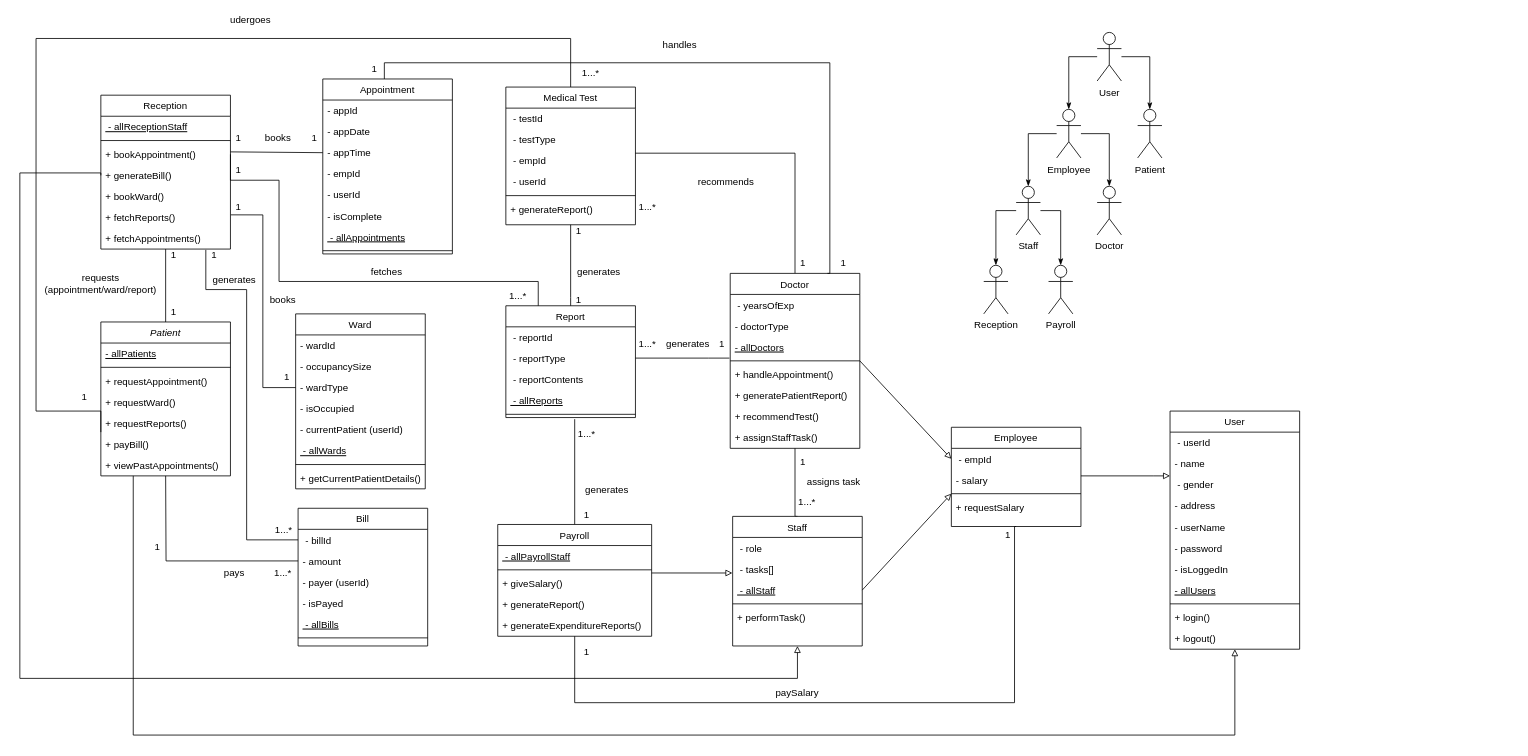
srividya-p/Forcepoint-Training keeps this draw.io diagram as 15-7-22/hospital-app/diagrams/hosp-class.drawio. Above is the earlier version. Source tidied: cells renumbered, new cells numbered last; positions are measured from the earlier drawing's top-left corner, leaving out a move shared by most shapes. Both pictures are drawn from the tidied source at 81%, with x=0, y=0 at pixel (19, 14).
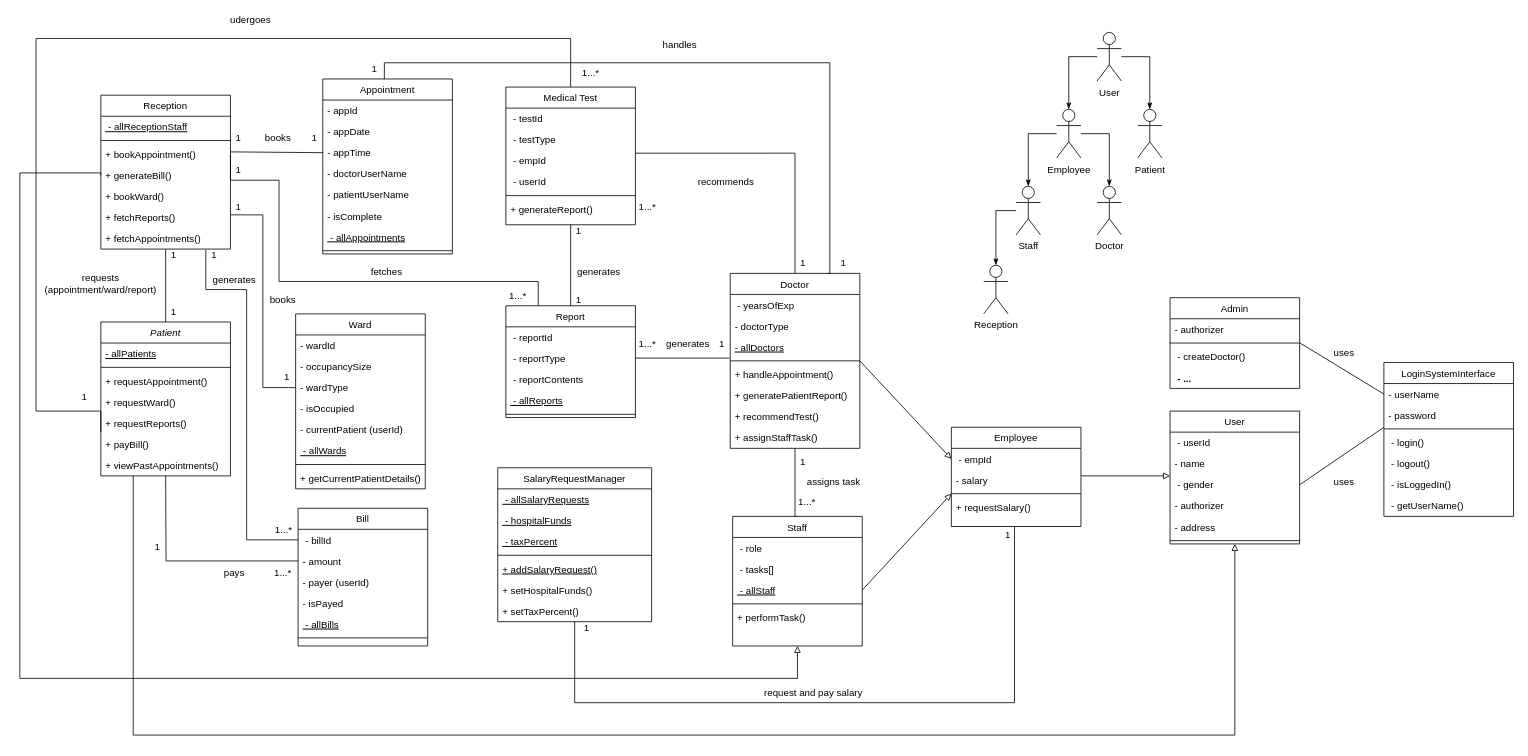
After the change.

The change refers to these unchanged cells:
```xml
<mxCell id="22" value="Employee" style="swimlane;fontStyle=0;align=center;verticalAlign=top;horizontal=1;startSize=26;rounded=0;shadow=0;strokeWidth=1;" parent="1" vertex="1">
  <mxGeometry x="1150" y="510" width="160" height="122.5" as="geometry" />
</mxCell>
<mxCell id="91" value="Appointment" style="swimlane;fontStyle=0;align=center;verticalAlign=top;horizontal=1;startSize=26;rounded=0;shadow=0;strokeWidth=1;" parent="1" vertex="1">
  <mxGeometry x="374" y="80" width="160" height="216" as="geometry" />
</mxCell>
<mxCell id="109" value=" - gender" style="text;align=left;verticalAlign=top;spacingLeft=4;spacingRight=4;overflow=hidden;points=[[0,0.5],[1,0.5]];portConstraint=eastwest;rounded=0;shadow=0;html=0;" parent="106" vertex="1">
  <mxGeometry y="78" width="160" height="26" as="geometry" />
</mxCell>
<mxCell id="162" value="Staff" style="shape=umlActor;verticalLabelPosition=bottom;verticalAlign=top;html=1;outlineConnect=0;fontColor=#000000;" parent="1" vertex="1">
  <mxGeometry x="1230" y="212.5" width="30" height="60" as="geometry" />
</mxCell>
```

Diff of the diagram source:
```diff
@@
-    <mxCell id="26" value="+ requestSalary" style="text;align=left;verticalAlign=top;spacingLeft=4;spacingRight=4;overflow=hidden;" parent="22" vertex="1">
+    <mxCell id="26" value="+ requestSalary()" style="text;align=left;verticalAlign=top;spacingLeft=4;spacingRight=4;overflow=hidden;" parent="22" vertex="1">
       <mxGeometry y="86" width="160" height="26" as="geometry" />
     </mxCell>
-    <mxCell id="27" style="edgeStyle=orthogonalEdgeStyle;rounded=0;jettySize=auto;html=1;endArrow=none;endFill=0;" parent="1" edge="1" source="29">
-      <mxGeometry relative="1" as="geometry">
-        <mxPoint x="685" y="500" as="targetPoint" />
-        <Array as="points">
-          <mxPoint x="685" y="500" />
-          <mxPoint x="685" y="500" />
-        </Array>
-      </mxGeometry>
-    </mxCell>
@@
-    <mxCell id="29" value="Payroll" style="swimlane;fontStyle=0;align=center;verticalAlign=top;horizontal=1;startSize=26;rounded=0;shadow=0;strokeWidth=1;" parent="1" vertex="1">
-      <mxGeometry x="590" y="630" width="190" height="138" as="geometry" />
+    <mxCell id="29" value="SalaryRequestManager" style="swimlane;fontStyle=0;align=center;verticalAlign=top;horizontal=1;startSize=26;rounded=0;shadow=0;strokeWidth=1;" parent="1" vertex="1">
+      <mxGeometry x="590" y="560" width="190" height="190" as="geometry" />
     </mxCell>
-    <mxCell id="30" value=" - allPayrollStaff" style="text;align=left;verticalAlign=top;spacingLeft=4;spacingRight=4;overflow=hidden;fontStyle=4;" parent="29" vertex="1">
+    <mxCell id="30" value=" - allSalaryRequests" style="text;align=left;verticalAlign=top;spacingLeft=4;spacingRight=4;overflow=hidden;fontStyle=4;" parent="29" vertex="1">
       <mxGeometry y="26" width="190" height="26" as="geometry" />
     </mxCell>
+    <mxCell id="169" value=" - hospitalFunds" style="text;align=left;verticalAlign=top;spacingLeft=4;spacingRight=4;overflow=hidden;fontStyle=4;" parent="29" vertex="1">
+      <mxGeometry y="52" width="190" height="26" as="geometry" />
+    </mxCell>
+    <mxCell id="170" value=" - taxPercent" style="text;align=left;verticalAlign=top;spacingLeft=4;spacingRight=4;overflow=hidden;fontStyle=4;" parent="29" vertex="1">
+      <mxGeometry y="78" width="190" height="26" as="geometry" />
+    </mxCell>
     <mxCell id="31" style="line;html=1;strokeWidth=1;align=left;verticalAlign=middle;spacingTop=-1;spacingLeft=3;spacingRight=3;labelPosition=right;" parent="29" vertex="1">
-      <mxGeometry y="52" width="190" height="8" as="geometry" />
+      <mxGeometry y="104" width="190" height="8" as="geometry" />
     </mxCell>
-    <mxCell id="32" value="+ giveSalary()" style="text;align=left;verticalAlign=top;spacingLeft=4;spacingRight=4;overflow=hidden;points=[[0,0.5],[1,0.5]];portConstraint=eastwest;fontStyle=0;" parent="29" vertex="1">
-      <mxGeometry y="60" width="190" height="26" as="geometry" />
+    <mxCell id="32" value="+ addSalaryRequest()" style="text;align=left;verticalAlign=top;spacingLeft=4;spacingRight=4;overflow=hidden;points=[[0,0.5],[1,0.5]];portConstraint=eastwest;fontStyle=4;" parent="29" vertex="1">
+      <mxGeometry y="112" width="190" height="26" as="geometry" />
     </mxCell>
-    <mxCell id="33" value="+ generateReport()" style="text;align=left;verticalAlign=top;spacingLeft=4;spacingRight=4;overflow=hidden;" parent="29" vertex="1">
-      <mxGeometry y="86" width="190" height="26" as="geometry" />
+    <mxCell id="33" value="+ setHospitalFunds()" style="text;align=left;verticalAlign=top;spacingLeft=4;spacingRight=4;overflow=hidden;" parent="29" vertex="1">
+      <mxGeometry y="138" width="190" height="26" as="geometry" />
     </mxCell>
-    <mxCell id="34" value="+ generateExpenditureReports()" style="text;align=left;verticalAlign=top;spacingLeft=4;spacingRight=4;overflow=hidden;" parent="29" vertex="1">
-      <mxGeometry y="112" width="190" height="26" as="geometry" />
+    <mxCell id="34" value="+ setTaxPercent()" style="text;align=left;verticalAlign=top;spacingLeft=4;spacingRight=4;overflow=hidden;" parent="29" vertex="1">
+      <mxGeometry y="164" width="190" height="26" as="geometry" />
     </mxCell>
@@
-    <mxCell id="83" style="endArrow=block;html=1;rounded=0;exitX=1;exitY=-0.005;exitDx=0;exitDy=0;entryX=-0.002;entryY=0.687;entryDx=0;entryDy=0;endFill=0;exitPerimeter=0;entryPerimeter=0;" parent="1" edge="1" source="32">
-      <mxGeometry relative="1" as="geometry">
-        <mxPoint x="879.7" y="689.9" as="targetPoint" />
-      </mxGeometry>
-    </mxCell>
-    <mxCell id="84" value="1" style="text;html=1;strokeColor=none;fillColor=none;align=center;verticalAlign=middle;whiteSpace=wrap;rounded=0;" parent="1" vertex="1">
-      <mxGeometry x="690" y="610" width="20" height="15" as="geometry" />
-    </mxCell>
-    <mxCell id="85" value="1...*" style="text;html=1;strokeColor=none;fillColor=none;align=center;verticalAlign=middle;whiteSpace=wrap;rounded=0;" parent="1" vertex="1">
-      <mxGeometry x="685" y="510" width="30" height="15" as="geometry" />
-    </mxCell>
-    <mxCell id="86" value="generates" style="text;html=1;strokeColor=none;fillColor=none;align=center;verticalAlign=middle;whiteSpace=wrap;rounded=0;" parent="1" vertex="1">
-      <mxGeometry x="710" y="580" width="30" height="15" as="geometry" />
-    </mxCell>
@@
-    <mxCell id="95" value="- empId" style="text;align=left;verticalAlign=top;spacingLeft=4;spacingRight=4;overflow=hidden;rounded=0;shadow=0;html=0;" parent="91" vertex="1">
+    <mxCell id="95" value="- doctorUserName" style="text;align=left;verticalAlign=top;spacingLeft=4;spacingRight=4;overflow=hidden;rounded=0;shadow=0;html=0;" parent="91" vertex="1">
       <mxGeometry y="104" width="160" height="26" as="geometry" />
     </mxCell>
-    <mxCell id="96" value="- userId" style="text;align=left;verticalAlign=top;spacingLeft=4;spacingRight=4;overflow=hidden;rounded=0;shadow=0;html=0;" parent="91" vertex="1">
+    <mxCell id="96" value="- patientUserName" style="text;align=left;verticalAlign=top;spacingLeft=4;spacingRight=4;overflow=hidden;rounded=0;shadow=0;html=0;" parent="91" vertex="1">
       <mxGeometry y="130" width="160" height="26" as="geometry" />
     </mxCell>
@@
     <mxCell id="103" value="1" style="text;html=1;strokeColor=none;fillColor=none;align=center;verticalAlign=middle;whiteSpace=wrap;rounded=0;" parent="1" vertex="1">
-      <mxGeometry x="690" y="780" width="20" height="15" as="geometry" />
+      <mxGeometry x="690" y="750" width="20" height="15" as="geometry" />
     </mxCell>
@@
-    <mxCell id="105" value="paySalary" style="text;html=1;strokeColor=none;fillColor=none;align=center;verticalAlign=middle;whiteSpace=wrap;rounded=0;" parent="1" vertex="1">
-      <mxGeometry x="940" y="830" width="40" height="15" as="geometry" />
+    <mxCell id="105" value="request and pay salary" style="text;html=1;strokeColor=none;fillColor=none;align=center;verticalAlign=middle;whiteSpace=wrap;rounded=0;" parent="1" vertex="1">
+      <mxGeometry x="910" y="830" width="140" height="15" as="geometry" />
     </mxCell>
     <mxCell id="106" value="User" style="swimlane;fontStyle=0;align=center;verticalAlign=top;horizontal=1;startSize=26;rounded=0;shadow=0;strokeWidth=1;" parent="1" vertex="1">
-      <mxGeometry x="1420" y="490" width="160" height="294" as="geometry" />
+      <mxGeometry x="1420" y="490" width="160" height="164" as="geometry" />
     </mxCell>
@@
+    <mxCell id="171" value="- authorizer" style="text;align=left;verticalAlign=top;spacingLeft=4;spacingRight=4;overflow=hidden;rounded=0;shadow=0;html=0;" parent="106" vertex="1">
+      <mxGeometry y="104" width="160" height="26" as="geometry" />
+    </mxCell>
     <mxCell id="110" value="- address" style="text;align=left;verticalAlign=top;spacingLeft=4;spacingRight=4;overflow=hidden;rounded=0;shadow=0;html=0;" parent="106" vertex="1">
-      <mxGeometry y="104" width="160" height="26" as="geometry" />
+      <mxGeometry y="130" width="160" height="26" as="geometry" />
     </mxCell>
-    <mxCell id="111" value="- userName" style="text;align=left;verticalAlign=top;spacingLeft=4;spacingRight=4;overflow=hidden;points=[[0,0.5],[1,0.5]];portConstraint=eastwest;rounded=0;shadow=0;html=0;" parent="106" vertex="1">
-      <mxGeometry y="130" width="160" height="26" as="geometry" />
-    </mxCell>
-    <mxCell id="112" value="- password" style="text;align=left;verticalAlign=top;spacingLeft=4;spacingRight=4;overflow=hidden;rounded=0;shadow=0;html=0;" parent="106" vertex="1">
-      <mxGeometry y="156" width="160" height="26" as="geometry" />
-    </mxCell>
-    <mxCell id="113" value="- isLoggedIn" style="text;align=left;verticalAlign=top;spacingLeft=4;spacingRight=4;overflow=hidden;rounded=0;shadow=0;html=0;" parent="106" vertex="1">
-      <mxGeometry y="182" width="160" height="26" as="geometry" />
-    </mxCell>
-    <mxCell id="114" value="- allUsers" style="text;align=left;verticalAlign=top;spacingLeft=4;spacingRight=4;overflow=hidden;rounded=0;shadow=0;html=0;fontStyle=4;" parent="106" vertex="1">
-      <mxGeometry y="208" width="160" height="26" as="geometry" />
-    </mxCell>
     <mxCell id="115" style="line;html=1;strokeWidth=1;align=left;verticalAlign=middle;spacingTop=-1;spacingLeft=3;spacingRight=3;labelPosition=right;" parent="106" vertex="1">
-      <mxGeometry y="234" width="160" height="8" as="geometry" />
+      <mxGeometry y="156" width="160" height="8" as="geometry" />
     </mxCell>
-    <mxCell id="116" value="+ login()" style="text;align=left;verticalAlign=top;spacingLeft=4;spacingRight=4;overflow=hidden;" parent="106" vertex="1">
-      <mxGeometry y="242" width="160" height="26" as="geometry" />
-    </mxCell>
-    <mxCell id="117" value="+ logout()" style="text;align=left;verticalAlign=top;spacingLeft=4;spacingRight=4;overflow=hidden;" parent="106" vertex="1">
-      <mxGeometry y="268" width="160" height="26" as="geometry" />
-    </mxCell>
@@
-    <mxCell id="161" style="edgeStyle=orthogonalEdgeStyle;rounded=0;jettySize=auto;html=1;fontColor=#000000;endArrow=classicThin;endFill=1;entryX=0.5;entryY=0;entryDx=0;entryDy=0;entryPerimeter=0;" parent="1" edge="1" source="162" target="165">
-      <mxGeometry relative="1" as="geometry" />
-    </mxCell>
@@
-    <mxCell id="165" value="Payroll" style="shape=umlActor;verticalLabelPosition=bottom;verticalAlign=top;html=1;outlineConnect=0;fontColor=#000000;" parent="1" vertex="1">
-      <mxGeometry x="1270" y="310" width="30" height="60" as="geometry" />
-    </mxCell>
@@
+    <mxCell id="172" value="Admin" style="swimlane;fontStyle=0;align=center;verticalAlign=top;horizontal=1;startSize=26;rounded=0;shadow=0;strokeWidth=1;" parent="1" vertex="1">
+      <mxGeometry x="1420" y="350" width="160" height="112" as="geometry" />
+    </mxCell>
+    <mxCell id="173" value="- authorizer" style="text;align=left;verticalAlign=top;spacingLeft=4;spacingRight=4;overflow=hidden;rounded=0;shadow=0;html=0;" parent="172" vertex="1">
+      <mxGeometry y="26" width="160" height="26" as="geometry" />
+    </mxCell>
+    <mxCell id="174" style="line;html=1;strokeWidth=1;align=left;verticalAlign=middle;spacingTop=-1;spacingLeft=3;spacingRight=3;labelPosition=right;" parent="172" vertex="1">
+      <mxGeometry y="52" width="160" height="8" as="geometry" />
+    </mxCell>
+    <mxCell id="175" value=" - createDoctor()" style="text;align=left;verticalAlign=top;spacingLeft=4;spacingRight=4;overflow=hidden;points=[[0,0.5],[1,0.5]];portConstraint=eastwest;" parent="172" vertex="1">
+      <mxGeometry y="60" width="160" height="26" as="geometry" />
+    </mxCell>
+    <mxCell id="176" value=" - ... " style="text;align=left;verticalAlign=top;spacingLeft=4;spacingRight=4;overflow=hidden;fontStyle=1;" parent="172" vertex="1">
+      <mxGeometry y="86" width="160" height="26" as="geometry" />
+    </mxCell>
+    <mxCell id="177" value="LoginSystemInterface" style="swimlane;fontStyle=0;align=center;verticalAlign=top;horizontal=1;startSize=26;rounded=0;shadow=0;strokeWidth=1;" parent="1" vertex="1">
+      <mxGeometry x="1684" y="430" width="160" height="190" as="geometry" />
+    </mxCell>
+    <mxCell id="111" value="- userName" style="text;align=left;verticalAlign=top;spacingLeft=4;spacingRight=4;overflow=hidden;points=[[0,0.5],[1,0.5]];portConstraint=eastwest;rounded=0;shadow=0;html=0;" parent="177" vertex="1">
+      <mxGeometry y="26" width="160" height="26" as="geometry" />
+    </mxCell>
+    <mxCell id="112" value="- password" style="text;align=left;verticalAlign=top;spacingLeft=4;spacingRight=4;overflow=hidden;rounded=0;shadow=0;html=0;" parent="177" vertex="1">
+      <mxGeometry y="52" width="160" height="26" as="geometry" />
+    </mxCell>
+    <mxCell id="178" style="line;html=1;strokeWidth=1;align=left;verticalAlign=middle;spacingTop=-1;spacingLeft=3;spacingRight=3;labelPosition=right;points=[];portConstraint=eastwest;" parent="177" vertex="1">
+      <mxGeometry y="78" width="160" height="8" as="geometry" />
+    </mxCell>
+    <mxCell id="179" value=" - login()" style="text;align=left;verticalAlign=top;spacingLeft=4;spacingRight=4;overflow=hidden;" parent="177" vertex="1">
+      <mxGeometry y="86" width="160" height="26" as="geometry" />
+    </mxCell>
+    <mxCell id="180" value=" - logout()" style="text;align=left;verticalAlign=top;spacingLeft=4;spacingRight=4;overflow=hidden;" parent="177" vertex="1">
+      <mxGeometry y="112" width="160" height="26" as="geometry" />
+    </mxCell>
+    <mxCell id="181" value=" - isLoggedIn()" style="text;align=left;verticalAlign=top;spacingLeft=4;spacingRight=4;overflow=hidden;" parent="177" vertex="1">
+      <mxGeometry y="138" width="160" height="26" as="geometry" />
+    </mxCell>
+    <mxCell id="182" value=" - getUserName()" style="text;align=left;verticalAlign=top;spacingLeft=4;spacingRight=4;overflow=hidden;" parent="177" vertex="1">
+      <mxGeometry y="164" width="160" height="26" as="geometry" />
+    </mxCell>
+    <mxCell id="183" style="endArrow=none;html=1;rounded=0;exitX=1.001;exitY=-0.162;exitDx=0;exitDy=0;exitPerimeter=0;entryX=0;entryY=0.5;entryDx=0;entryDy=0;" parent="1" edge="1" source="175" target="111">
+      <mxGeometry relative="1" as="geometry" />
+    </mxCell>
+    <mxCell id="184" style="endArrow=none;html=1;rounded=0;exitX=1;exitY=0.5;exitDx=0;exitDy=0;entryX=0;entryY=0.25;entryDx=0;entryDy=0;entryPerimeter=0;" parent="1" edge="1" source="109" target="178">
+      <mxGeometry relative="1" as="geometry" />
+    </mxCell>
+    <mxCell id="185" value="uses" style="text;html=1;strokeColor=none;fillColor=none;align=center;verticalAlign=middle;whiteSpace=wrap;rounded=0;" parent="1" vertex="1">
+      <mxGeometry x="1600" y="410" width="70" height="15" as="geometry" />
+    </mxCell>
+    <mxCell id="186" value="uses" style="text;html=1;strokeColor=none;fillColor=none;align=center;verticalAlign=middle;whiteSpace=wrap;rounded=0;" parent="1" vertex="1">
+      <mxGeometry x="1600" y="570" width="70" height="15" as="geometry" />
+    </mxCell>
```
